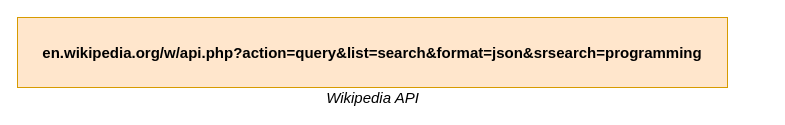
Before: page "03 - api" (3 of 8) of diagrams/widgets/03.drawio in HappySuzuki/redux-code, a draw.io diagram. Source tidied: cells renumbered, new cells numbered last; positions are measured from the earlier drawing's top-left corner, leaving out a move shared by most shapes. Both pictures are drawn from the tidied source at 100%, with x=0, y=0 at pixel (17, 17).
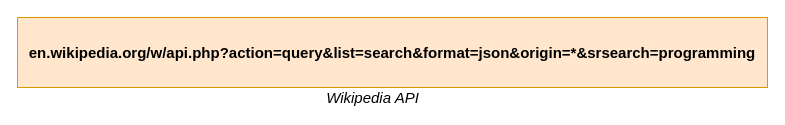
The same diagram, later.

What changed in the source:
```diff
@@
 <mxGraphModel>
   <root>
     <mxCell id="0" />
     <mxCell id="1" parent="0" />
-    <mxCell id="2" value="en.wikipedia.org/w/api.php?action=query&amp;amp;list=search&amp;amp;format=json&amp;amp;srsearch=programming" style="rounded=0;whiteSpace=wrap;html=1;fillColor=#ffe6cc;strokeColor=#d79b00;fontSize=15;fontStyle=1;" parent="1" vertex="1">
-      <mxGeometry width="710" height="70" as="geometry" />
+    <mxCell id="2" value="en.wikipedia.org/w/api.php?action=query&amp;amp;list=search&amp;amp;format=json&amp;amp;origin=*&amp;amp;srsearch=programming" style="rounded=0;whiteSpace=wrap;html=1;fillColor=#ffe6cc;strokeColor=#d79b00;fontSize=15;fontStyle=1;" parent="1" vertex="1">
+      <mxGeometry width="750" height="70" as="geometry" />
     </mxCell>
     <mxCell id="3" value="Wikipedia API" style="text;html=1;strokeColor=none;fillColor=none;align=center;verticalAlign=middle;whiteSpace=wrap;rounded=0;fontSize=15;fontStyle=2;" parent="1" vertex="1">
       <mxGeometry x="287.5" y="70" width="135" height="20" as="geometry" />
     </mxCell>
   </root>
 </mxGraphModel>
```
